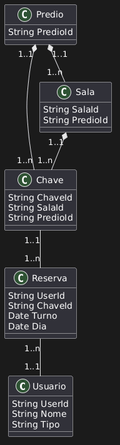
Earlier version of the PlantUML export diagrama/diagrama.png (HendrikBK/2026-CPPIG-HENDRIK).
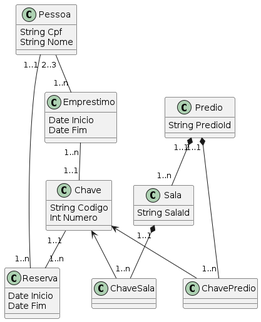
After the commit.

Change to the diagram source:
```diff
@@ -1,21 +1,28 @@
 @startuml
-class Usuario {
-  String UserId
+class Pessoa {
+  String Cpf
   String Nome
-  String Tipo
 }
 
 class Reserva {
-  String UserId
-  String ChaveId
-  Date Turno
-  Date Dia
+  Date Inicio
+  Date Fim
+}
+
+class Emprestimo {
+  Date Inicio
+  Date Fim
 }
 
 class Chave {
-  String ChaveId
-  String SalaId
-  String PredioId
+  String Codigo
+  Int Numero
+}
+
+class ChaveSala {
+}
+
+class ChavePredio {
 }
 
 class Predio {
@@ -24,12 +31,15 @@
 
 class Sala {
   String SalaId
-  String PredioId
 }
 
+Chave <-- ChaveSala
+Chave <-- ChavePredio
 Predio "1..1" *-- "1..n" Sala
-Predio "1..1" *-- "1..n" Chave
-Sala "1..1" *-- "1..n" Chave
+Predio "1..1" *-- "1..n" ChavePredio
+Sala "1..1" *-- "1..n" ChaveSala
 Chave "1..1" -- "1..n" Reserva
-Reserva "1..n" -- "1..1" Usuario
+Reserva "1..n" -- "1..1" Pessoa
+Pessoa "2..3" -- "1..n" Emprestimo
+Emprestimo "1..n" -- "1..1" Chave
 @enduml
```
